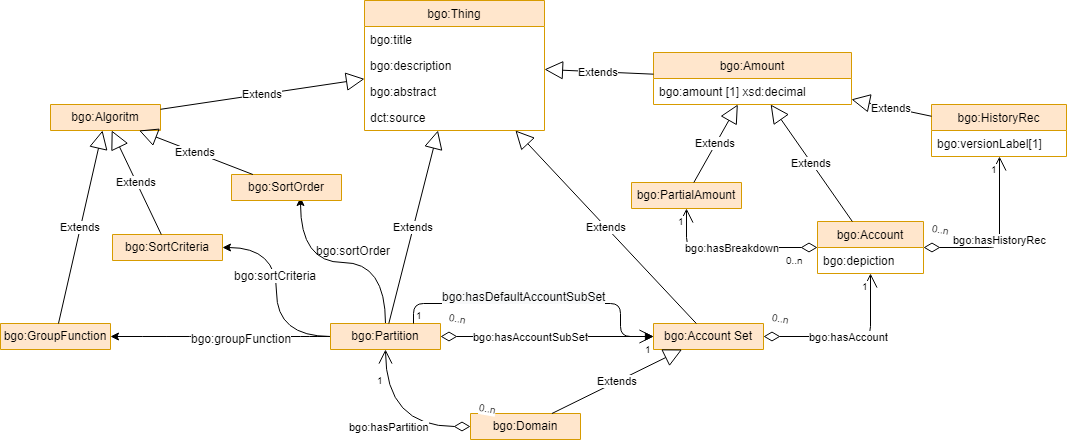
The draw.io diagram v1/bgo/doc/uml-diagram.png in linkeddatacenter/LODMAP-ontologies, before a commit. Source tidied: cells renumbered, new cells last; positions are measured from the earlier drawing's top-left corner, leaving out a move shared by most shapes.
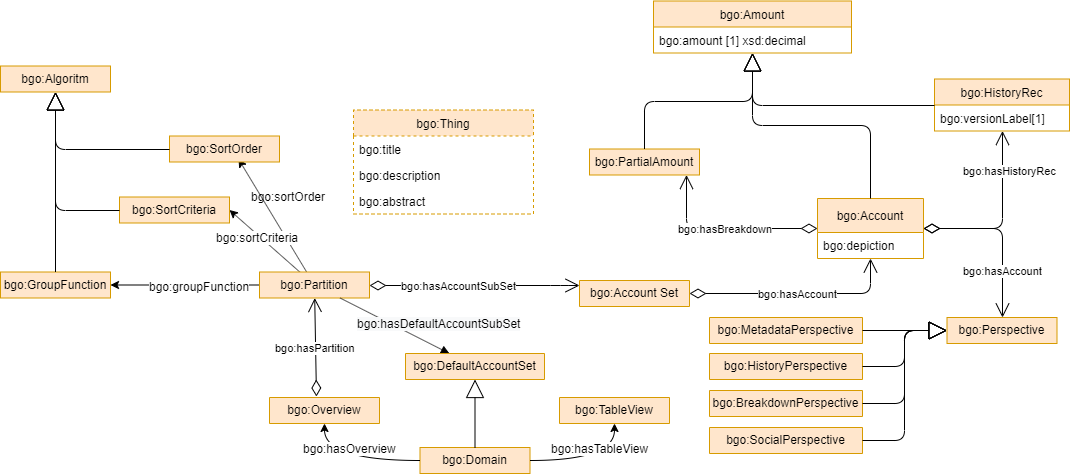
Later version of the same file.

The edit, as a diff of the source:
```diff
@@ -3,39 +3,39 @@
     <mxCell id="0" />
     <mxCell id="1" parent="0" />
     <mxCell id="2" value="bgo:Amount" style="swimlane;fontStyle=0;horizontal=1;startSize=26;fillColor=#ffe6cc;swimlaneFillColor=#ffffff;strokeColor=#d79b00;" parent="1" vertex="1">
-      <mxGeometry x="653" y="52" width="198" height="52" as="geometry" />
+      <mxGeometry x="664" y="-102.5" width="198" height="52" as="geometry" />
     </mxCell>
     <mxCell id="3" value="bgo:amount [1] xsd:decimal" style="text;strokeColor=none;fillColor=none;align=left;verticalAlign=top;spacingLeft=4;spacingRight=4;overflow=hidden;" parent="2" vertex="1">
       <mxGeometry y="26" width="198" height="26" as="geometry" />
     </mxCell>
     <mxCell id="4" value="bgo:HistoryRec" style="swimlane;fontStyle=0;horizontal=1;startSize=26;fillColor=#ffe6cc;swimlaneFillColor=#ffffff;strokeColor=#d79b00;" parent="1" vertex="1">
-      <mxGeometry x="931" y="104" width="135" height="52" as="geometry" />
+      <mxGeometry x="945" y="-24.5" width="135" height="52" as="geometry" />
     </mxCell>
     <mxCell id="5" value="bgo:versionLabel[1] " style="text;strokeColor=none;fillColor=none;align=left;verticalAlign=top;spacingLeft=4;spacingRight=4;overflow=hidden;" parent="4" vertex="1">
       <mxGeometry y="26" width="135" height="26" as="geometry" />
     </mxCell>
     <mxCell id="6" value="bgo:PartialAmount" style="swimlane;fontStyle=0;horizontal=1;startSize=26;fillColor=#ffe6cc;swimlaneFillColor=#ffffff;strokeColor=#d79b00;" parent="1" vertex="1" collapsed="1">
-      <mxGeometry x="631" y="182" width="110" height="26" as="geometry" />
+      <mxGeometry x="600" y="45.5" width="110" height="26" as="geometry" />
     </mxCell>
-    <mxCell id="7" value="Extends" style="endArrow=block;endSize=16;endFill=0;html=1;" parent="1" edge="1" source="6" target="2">
+    <mxCell id="7" style="endArrow=block;endSize=16;endFill=0;html=1;edgeStyle=orthogonalEdgeStyle;" parent="1" edge="1" source="6" target="2">
       <mxGeometry relative="1" as="geometry" />
     </mxCell>
-    <mxCell id="8" value="Extends" style="endArrow=block;endSize=16;endFill=0;html=1;" parent="1" edge="1" source="4" target="2">
+    <mxCell id="8" style="endArrow=block;endSize=16;endFill=0;html=1;edgeStyle=orthogonalEdgeStyle;" parent="1" edge="1" source="4" target="2">
       <mxGeometry relative="1" as="geometry" />
     </mxCell>
-    <mxCell id="9" value="bgo:Account" style="swimlane;fontStyle=0;horizontal=1;startSize=26;fillColor=#ffe6cc;swimlaneFillColor=#ffffff;strokeColor=#d79b00;" parent="1" vertex="1">
-      <mxGeometry x="817" y="221" width="106" height="52" as="geometry" />
+    <mxCell id="9" value="bgo:Account" style="swimlane;fontStyle=0;horizontal=1;startSize=34;fillColor=#ffe6cc;swimlaneFillColor=#ffffff;strokeColor=#d79b00;" parent="1" vertex="1">
+      <mxGeometry x="828" y="95" width="106" height="60" as="geometry" />
     </mxCell>
     <mxCell id="10" value="bgo:depiction " style="text;strokeColor=none;fillColor=none;align=left;verticalAlign=top;spacingLeft=4;spacingRight=4;overflow=hidden;" parent="9" vertex="1">
-      <mxGeometry y="26" width="106" height="26" as="geometry" />
+      <mxGeometry y="34" width="106" height="26" as="geometry" />
     </mxCell>
-    <mxCell id="11" value="Extends" style="endArrow=block;endSize=16;endFill=0;html=1;" parent="1" edge="1" source="9" target="2">
-      <mxGeometry relative="1" as="geometry" />
+    <mxCell id="11" style="endArrow=block;endSize=16;endFill=0;html=1;edgeStyle=orthogonalEdgeStyle;" parent="1" edge="1" source="9" target="2">
+      <mxGeometry x="-0.05" y="-7" relative="1" as="geometry" />
     </mxCell>
-    <mxCell id="12" value="bgo:Thing" style="swimlane;fontStyle=0;horizontal=1;startSize=26;fillColor=#ffe6cc;swimlaneFillColor=#ffffff;strokeColor=#d79b00;" parent="1" vertex="1">
-      <mxGeometry x="364" width="180" height="130" as="geometry" />
+    <mxCell id="12" value="bgo:Thing" style="swimlane;fontStyle=0;horizontal=1;startSize=26;fillColor=#ffe6cc;swimlaneFillColor=#ffffff;strokeColor=#d79b00;dashed=1;" parent="1" vertex="1">
+      <mxGeometry x="364" y="6.5" width="180" height="104" as="geometry" />
     </mxCell>
-    <mxCell id="13" value="bgo:title" style="text;strokeColor=none;fillColor=none;align=left;verticalAlign=top;spacingLeft=4;spacingRight=4;overflow=hidden;" parent="12" vertex="1">
+    <mxCell id="13" value="bgo:title" style="text;strokeColor=none;fillColor=none;align=left;verticalAlign=top;spacingLeft=4;spacingRight=4;overflow=hidden;dashed=1;" parent="12" vertex="1">
       <mxGeometry y="26" width="180" height="26" as="geometry" />
     </mxCell>
     <mxCell id="14" value="bgo:description" style="text;strokeColor=none;fillColor=none;align=left;verticalAlign=top;spacingLeft=4;spacingRight=4;overflow=hidden;" parent="12" vertex="1">
@@ -44,59 +44,53 @@
     <mxCell id="15" value="bgo:abstract " style="text;strokeColor=none;fillColor=none;align=left;verticalAlign=top;spacingLeft=4;spacingRight=4;overflow=hidden;" parent="12" vertex="1">
       <mxGeometry y="78" width="180" height="26" as="geometry" />
     </mxCell>
-    <mxCell id="16" value="dct:source" style="text;strokeColor=none;fillColor=none;align=left;verticalAlign=top;spacingLeft=4;spacingRight=4;overflow=hidden;" parent="12" vertex="1">
-      <mxGeometry y="104" width="180" height="26" as="geometry" />
-    </mxCell>
-    <mxCell id="17" value="Extends" style="endArrow=block;endSize=16;endFill=0;html=1;" parent="1" edge="1" source="2" target="12">
-      <mxGeometry relative="1" as="geometry" />
-    </mxCell>
     <mxCell id="18" value="bgo:hasHistoryRec" style="endArrow=open;html=1;endSize=12;startArrow=diamondThin;startSize=14;startFill=0;edgeStyle=orthogonalEdgeStyle;" parent="1" edge="1" source="9" target="4">
-      <mxGeometry relative="1" as="geometry" />
+      <mxGeometry x="0.55" y="-7" relative="1" as="geometry" />
     </mxCell>
-    <mxCell id="19" value="0..n" style="html=1;align=left;verticalAlign=top;labelBackgroundColor=#ffffff;fontSize=10;rotation=10;" parent="18" vertex="1">
+    <mxCell id="19" style="html=1;align=left;verticalAlign=top;labelBackgroundColor=#ffffff;fontSize=10;rotation=10;" parent="18" vertex="1">
       <mxGeometry x="-1" relative="1" as="geometry">
         <mxPoint x="8" y="-32" as="offset" />
       </mxGeometry>
     </mxCell>
-    <mxCell id="20" value="1" style="html=1;align=right;verticalAlign=top;labelBackgroundColor=#ffffff;fontSize=10;" parent="18" vertex="1">
+    <mxCell id="20" style="html=1;align=right;verticalAlign=top;labelBackgroundColor=#ffffff;fontSize=10;" parent="18" vertex="1">
       <mxGeometry x="1" relative="1" as="geometry" />
     </mxCell>
     <mxCell id="21" value="bgo:hasBreakdown" style="endArrow=open;html=1;endSize=12;startArrow=diamondThin;startSize=14;startFill=0;edgeStyle=orthogonalEdgeStyle;" parent="1" edge="1" source="9" target="6">
       <mxGeometry relative="1" as="geometry">
         <Array as="points">
-          <mxPoint x="686" y="247" />
+          <mxPoint x="697" y="125" />
         </Array>
       </mxGeometry>
     </mxCell>
-    <mxCell id="22" value="0..n" style="html=1;align=left;verticalAlign=top;labelBackgroundColor=#ffffff;fontSize=10;" parent="21" vertex="1">
+    <mxCell id="22" style="html=1;align=left;verticalAlign=top;labelBackgroundColor=#ffffff;fontSize=10;" parent="21" vertex="1">
       <mxGeometry x="-1" relative="1" as="geometry">
         <mxPoint x="-34" as="offset" />
       </mxGeometry>
     </mxCell>
-    <mxCell id="23" value="1" style="html=1;align=right;verticalAlign=top;labelBackgroundColor=#ffffff;fontSize=10;" parent="21" vertex="1">
+    <mxCell id="23" style="html=1;align=right;verticalAlign=top;labelBackgroundColor=#ffffff;fontSize=10;" parent="21" vertex="1">
       <mxGeometry x="1" relative="1" as="geometry" />
     </mxCell>
     <mxCell id="24" value="bgo:Domain" style="swimlane;fontStyle=0;horizontal=1;startSize=26;fillColor=#ffe6cc;swimlaneFillColor=#ffffff;strokeColor=#d79b00;" parent="1" vertex="1" collapsed="1">
-      <mxGeometry x="470" y="413" width="110" height="26" as="geometry" />
+      <mxGeometry x="430.5" y="344" width="110" height="26" as="geometry" />
     </mxCell>
     <mxCell id="25" value="bgo:Account Set" style="swimlane;fontStyle=0;horizontal=1;startSize=26;fillColor=#ffe6cc;swimlaneFillColor=#ffffff;strokeColor=#d79b00;" parent="1" vertex="1" collapsed="1">
-      <mxGeometry x="653" y="323" width="110" height="26" as="geometry" />
+      <mxGeometry x="590" y="177" width="110" height="26" as="geometry" />
     </mxCell>
     <mxCell id="26" value="bgo:hasAccount" style="endArrow=open;html=1;endSize=12;startArrow=diamondThin;startSize=14;startFill=0;edgeStyle=orthogonalEdgeStyle;" parent="1" edge="1" source="25" target="9">
       <mxGeometry relative="1" as="geometry" />
     </mxCell>
-    <mxCell id="27" value="0..n" style="html=1;align=left;verticalAlign=top;labelBackgroundColor=#ffffff;fontSize=10;rotation=10;" parent="26" vertex="1">
+    <mxCell id="27" style="html=1;align=left;verticalAlign=top;labelBackgroundColor=#ffffff;fontSize=10;rotation=10;" parent="26" vertex="1">
       <mxGeometry x="-1" relative="1" as="geometry">
         <mxPoint x="8" y="-32" as="offset" />
       </mxGeometry>
     </mxCell>
-    <mxCell id="28" value="1" style="html=1;align=right;verticalAlign=top;labelBackgroundColor=#ffffff;fontSize=10;" parent="26" vertex="1">
+    <mxCell id="28" style="html=1;align=right;verticalAlign=top;labelBackgroundColor=#ffffff;fontSize=10;" parent="26" vertex="1">
       <mxGeometry x="1" relative="1" as="geometry" />
     </mxCell>
-    <mxCell id="29" style="edgeStyle=orthogonalEdgeStyle;curved=1;rounded=0;jettySize=auto;html=1;entryX=0.627;entryY=0.885;entryDx=0;entryDy=0;entryPerimeter=0;" parent="1" edge="1" source="34" target="48">
+    <mxCell id="29" style="rounded=0;jettySize=auto;html=1;entryX=0.627;entryY=0.885;entryDx=0;entryDy=0;entryPerimeter=0;" parent="1" edge="1" source="34" target="48">
       <mxGeometry relative="1" as="geometry" />
     </mxCell>
-    <mxCell id="30" style="edgeStyle=orthogonalEdgeStyle;curved=1;rounded=0;jettySize=auto;html=1;entryX=1;entryY=0.5;entryDx=0;entryDy=0;" parent="1" edge="1" source="34" target="47">
+    <mxCell id="30" style="rounded=0;jettySize=auto;html=1;entryX=1;entryY=0.5;entryDx=0;entryDy=0;" parent="1" edge="1" source="34" target="47">
       <mxGeometry relative="1" as="geometry" />
     </mxCell>
     <mxCell id="31" value="bgo:sortCriteria" style="text;html=1;align=center;verticalAlign=middle;labelBackgroundColor=#ffffff;" parent="30" vertex="1">
@@ -109,85 +103,132 @@
       <mxGeometry x="-0.18" y="1" relative="1" as="geometry" />
     </mxCell>
     <mxCell id="34" value="bgo:Partition" style="swimlane;fontStyle=0;horizontal=1;startSize=26;fillColor=#ffe6cc;swimlaneFillColor=#ffffff;strokeColor=#d79b00;" parent="1" vertex="1" collapsed="1">
-      <mxGeometry x="330" y="323" width="110" height="26" as="geometry" />
+      <mxGeometry x="270" y="168.5" width="110" height="26" as="geometry" />
     </mxCell>
-    <mxCell id="35" value="Extends" style="endArrow=block;endSize=16;endFill=0;html=1;" parent="1" edge="1" source="24" target="25">
+    <mxCell id="35" style="endArrow=block;endSize=16;endFill=0;html=1;" parent="1" edge="1" source="24" target="55">
       <mxGeometry relative="1" as="geometry" />
     </mxCell>
     <mxCell id="36" value="bgo:hasAccountSubSet" style="endArrow=open;html=1;endSize=12;startArrow=diamondThin;startSize=14;startFill=0;edgeStyle=orthogonalEdgeStyle;" parent="1" edge="1" source="34" target="25">
       <mxGeometry x="-0.16" relative="1" as="geometry">
         <Array as="points">
-          <mxPoint x="560" y="336" />
-          <mxPoint x="560" y="336" />
+          <mxPoint x="571" y="181.5" />
+          <mxPoint x="571" y="181.5" />
         </Array>
       </mxGeometry>
     </mxCell>
-    <mxCell id="37" value="0..n" style="html=1;align=left;verticalAlign=top;labelBackgroundColor=#ffffff;fontSize=10;rotation=10;" parent="36" vertex="1">
+    <mxCell id="37" style="html=1;align=left;verticalAlign=top;labelBackgroundColor=#ffffff;fontSize=10;rotation=10;" parent="36" vertex="1">
       <mxGeometry x="-1" relative="1" as="geometry">
         <mxPoint x="8" y="-32" as="offset" />
       </mxGeometry>
     </mxCell>
-    <mxCell id="38" value="1" style="html=1;align=right;verticalAlign=top;labelBackgroundColor=#ffffff;fontSize=10;" parent="36" vertex="1">
+    <mxCell id="38" style="html=1;align=right;verticalAlign=top;labelBackgroundColor=#ffffff;fontSize=10;" parent="36" vertex="1">
       <mxGeometry x="1" relative="1" as="geometry" />
     </mxCell>
-    <mxCell id="39" value="bgo:hasPartition" style="endArrow=open;html=1;endSize=12;startArrow=diamondThin;startSize=14;startFill=0;edgeStyle=orthogonalEdgeStyle;curved=1;" parent="1" edge="1" source="24" target="34">
+    <mxCell id="39" value="bgo:hasPartition" style="endArrow=open;html=1;endSize=12;startArrow=diamondThin;startSize=14;startFill=0;exitX=0.427;exitY=-0.038;exitDx=0;exitDy=0;exitPerimeter=0;" parent="1" edge="1" source="56" target="34">
       <mxGeometry relative="1" as="geometry" />
     </mxCell>
-    <mxCell id="40" value="0..n" style="html=1;align=left;verticalAlign=top;labelBackgroundColor=#ffffff;fontSize=10;rotation=10;" parent="39" vertex="1">
+    <mxCell id="40" style="html=1;align=left;verticalAlign=top;labelBackgroundColor=#ffffff;fontSize=10;rotation=10;" parent="39" vertex="1">
       <mxGeometry x="-1" relative="1" as="geometry">
         <mxPoint x="8" y="-32" as="offset" />
       </mxGeometry>
     </mxCell>
-    <mxCell id="41" value="1" style="html=1;align=right;verticalAlign=top;labelBackgroundColor=#ffffff;fontSize=10;" parent="39" vertex="1">
+    <mxCell id="41" style="html=1;align=right;verticalAlign=top;labelBackgroundColor=#ffffff;fontSize=10;" parent="39" vertex="1">
       <mxGeometry x="1" relative="1" as="geometry">
         <mxPoint y="18" as="offset" />
       </mxGeometry>
     </mxCell>
-    <mxCell id="42" value="Extends" style="endArrow=block;endSize=16;endFill=0;html=1;" parent="1" edge="1" source="25" target="12">
-      <mxGeometry relative="1" as="geometry" />
-    </mxCell>
-    <mxCell id="43" value="Extends" style="endArrow=block;endSize=16;endFill=0;html=1;" parent="1" edge="1" source="34" target="12">
-      <mxGeometry relative="1" as="geometry" />
-    </mxCell>
-    <mxCell id="44" value="&lt;span style=&quot;font-size: 12px ; background-color: rgb(248 , 249 , 250)&quot;&gt;bgo:hasDefaultAccountSubSet&lt;/span&gt;" style="endArrow=block;endFill=1;html=1;edgeStyle=orthogonalEdgeStyle;align=left;verticalAlign=top;exitX=0.75;exitY=0;exitDx=0;exitDy=0;" parent="1" edge="1" source="34" target="25">
-      <mxGeometry x="-0.86" y="-34" relative="1" as="geometry">
-        <Array as="points">
-          <mxPoint x="413" y="303" />
-          <mxPoint x="620" y="303" />
-          <mxPoint x="620" y="336" />
-        </Array>
-        <mxPoint x="27" y="-54" as="offset" />
-      </mxGeometry>
+    <mxCell id="44" value="&lt;span style=&quot;font-size: 12px ; background-color: rgb(248 , 249 , 250)&quot;&gt;bgo:hasDefaultAccountSubSet&lt;/span&gt;" style="endArrow=block;endFill=1;html=1;align=left;verticalAlign=top;" parent="1" edge="1" source="34" target="55">
+      <mxGeometry x="-0.7" y="-4" relative="1" as="geometry" />
     </mxCell>
-    <mxCell id="45" value="1" style="html=1;align=left;verticalAlign=bottom;labelBackgroundColor=#ffffff;fontSize=10;" parent="44" vertex="1">
+    <mxCell id="45" style="html=1;align=left;verticalAlign=bottom;labelBackgroundColor=#ffffff;fontSize=10;" parent="44" vertex="1">
       <mxGeometry x="-1" relative="1" as="geometry" />
     </mxCell>
     <mxCell id="46" value="bgo:GroupFunction" style="swimlane;fontStyle=0;horizontal=1;startSize=26;fillColor=#ffe6cc;swimlaneFillColor=#ffffff;strokeColor=#d79b00;" parent="1" vertex="1" collapsed="1">
-      <mxGeometry y="323" width="110" height="26" as="geometry" />
+      <mxGeometry x="11" y="168.5" width="110" height="26" as="geometry" />
     </mxCell>
     <mxCell id="47" value="bgo:SortCriteria" style="swimlane;fontStyle=0;horizontal=1;startSize=26;fillColor=#ffe6cc;swimlaneFillColor=#ffffff;strokeColor=#d79b00;" parent="1" vertex="1" collapsed="1">
-      <mxGeometry x="112" y="234" width="110" height="26" as="geometry" />
+      <mxGeometry x="130" y="93.5" width="110" height="26" as="geometry" />
     </mxCell>
     <mxCell id="48" value="bgo:SortOrder" style="swimlane;fontStyle=0;horizontal=1;startSize=26;fillColor=#ffe6cc;swimlaneFillColor=#ffffff;strokeColor=#d79b00;" parent="1" vertex="1" collapsed="1">
-      <mxGeometry x="231" y="174" width="110" height="26" as="geometry" />
+      <mxGeometry x="180" y="32.5" width="110" height="26" as="geometry" />
     </mxCell>
     <mxCell id="49" value="bgo:Algoritm" style="swimlane;fontStyle=0;horizontal=1;startSize=26;fillColor=#ffe6cc;swimlaneFillColor=#ffffff;strokeColor=#d79b00;" parent="1" vertex="1" collapsed="1">
-      <mxGeometry x="50" y="104" width="110" height="26" as="geometry" />
+      <mxGeometry x="11" y="-37.5" width="110" height="26" as="geometry" />
     </mxCell>
-    <mxCell id="50" value="Extends" style="endArrow=block;endSize=16;endFill=0;html=1;" parent="1" edge="1" source="46" target="49">
+    <mxCell id="50" style="endArrow=block;endSize=16;endFill=0;html=1;edgeStyle=orthogonalEdgeStyle;" parent="1" edge="1" source="46" target="49">
       <mxGeometry relative="1" as="geometry" />
     </mxCell>
-    <mxCell id="51" value="Extends" style="endArrow=block;endSize=16;endFill=0;html=1;" parent="1" edge="1" source="47" target="49">
+    <mxCell id="51" style="endArrow=block;endSize=16;endFill=0;html=1;edgeStyle=orthogonalEdgeStyle;" parent="1" edge="1" source="47" target="49">
       <mxGeometry relative="1" as="geometry" />
     </mxCell>
-    <mxCell id="52" value="Extends" style="endArrow=block;endSize=16;endFill=0;html=1;" parent="1" edge="1" source="48" target="49">
+    <mxCell id="52" style="endArrow=block;endSize=16;endFill=0;html=1;edgeStyle=orthogonalEdgeStyle;" parent="1" edge="1" source="48" target="49">
       <mxGeometry relative="1" as="geometry" />
     </mxCell>
-    <mxCell id="53" value="Extends" style="endArrow=block;endSize=16;endFill=0;html=1;" parent="1" edge="1" source="49" target="12">
-      <mxGeometry relative="1" as="geometry" />
-    </mxCell>
     <mxCell id="54" value="bgo:sortOrder" style="text;html=1;align=left;verticalAlign=top;spacingTop=-4;" parent="1" vertex="1">
-      <mxGeometry x="314" y="241" width="90" height="20" as="geometry" />
+      <mxGeometry x="260" y="83.5" width="90" height="20" as="geometry" />
     </mxCell>
+    <mxCell id="55" value="bgo:DefaultAccountSet" style="swimlane;fontStyle=0;horizontal=1;startSize=26;fillColor=#ffe6cc;swimlaneFillColor=#ffffff;strokeColor=#d79b00;" parent="1" vertex="1" collapsed="1">
+      <mxGeometry x="416" y="250" width="139" height="26" as="geometry" />
+    </mxCell>
+    <mxCell id="56" value="bgo:Overview" style="swimlane;fontStyle=0;horizontal=1;startSize=26;fillColor=#ffe6cc;swimlaneFillColor=#ffffff;strokeColor=#d79b00;" parent="1" vertex="1" collapsed="1">
+      <mxGeometry x="280" y="294" width="110" height="26" as="geometry" />
+    </mxCell>
+    <mxCell id="57" style="edgeStyle=orthogonalEdgeStyle;curved=1;rounded=0;jettySize=auto;html=1;" parent="1" edge="1" source="24" target="56">
+      <mxGeometry relative="1" as="geometry" />
+    </mxCell>
+    <mxCell id="58" value="bgo:hasOverview" style="text;html=1;align=center;verticalAlign=middle;labelBackgroundColor=#ffffff;" parent="57" vertex="1">
+      <mxGeometry x="0.18" y="2" relative="1" as="geometry">
+        <mxPoint x="7.5" y="-15" as="offset" />
+      </mxGeometry>
+    </mxCell>
+    <mxCell id="59" value="bgo:TableView" style="swimlane;fontStyle=0;horizontal=1;startSize=26;fillColor=#ffe6cc;swimlaneFillColor=#ffffff;strokeColor=#d79b00;" parent="1" vertex="1" collapsed="1">
+      <mxGeometry x="570" y="294" width="110" height="26" as="geometry" />
+    </mxCell>
+    <mxCell id="60" style="edgeStyle=orthogonalEdgeStyle;curved=1;rounded=0;jettySize=auto;html=1;" parent="1" edge="1" source="24" target="59">
+      <mxGeometry relative="1" as="geometry" />
+    </mxCell>
+    <mxCell id="61" value="bgo:hasTableView" style="text;html=1;align=center;verticalAlign=middle;labelBackgroundColor=#ffffff;" parent="60" vertex="1">
+      <mxGeometry x="0.18" y="2" relative="1" as="geometry">
+        <mxPoint x="-2.5" y="-11" as="offset" />
+      </mxGeometry>
+    </mxCell>
+    <mxCell id="62" value="bgo:Perspective" style="swimlane;fontStyle=0;horizontal=1;startSize=26;fillColor=#ffe6cc;swimlaneFillColor=#ffffff;strokeColor=#d79b00;" parent="1" vertex="1" collapsed="1">
+      <mxGeometry x="957.5" y="214" width="110" height="26" as="geometry" />
+    </mxCell>
+    <mxCell id="63" value="bgo:hasAccount" style="endArrow=open;html=1;endSize=12;startArrow=diamondThin;startSize=14;startFill=0;edgeStyle=orthogonalEdgeStyle;" parent="1" edge="1" source="9" target="62">
+      <mxGeometry x="0.44" relative="1" as="geometry" />
+    </mxCell>
+    <mxCell id="64" style="html=1;align=left;verticalAlign=top;labelBackgroundColor=#ffffff;fontSize=10;rotation=10;" parent="63" vertex="1">
+      <mxGeometry x="-1" relative="1" as="geometry">
+        <mxPoint x="8" y="-32" as="offset" />
+      </mxGeometry>
+    </mxCell>
+    <mxCell id="65" style="html=1;align=right;verticalAlign=top;labelBackgroundColor=#ffffff;fontSize=10;" parent="63" vertex="1">
+      <mxGeometry x="1" relative="1" as="geometry" />
+    </mxCell>
+    <mxCell id="66" value="bgo:MetadataPerspective" style="swimlane;fontStyle=0;horizontal=1;startSize=26;fillColor=#ffe6cc;swimlaneFillColor=#ffffff;strokeColor=#d79b00;" parent="1" vertex="1" collapsed="1">
+      <mxGeometry x="720" y="214" width="153" height="26" as="geometry" />
+    </mxCell>
+    <mxCell id="67" value="bgo:HistoryPerspective" style="swimlane;fontStyle=0;horizontal=1;startSize=26;fillColor=#ffe6cc;swimlaneFillColor=#ffffff;strokeColor=#d79b00;" parent="1" vertex="1" collapsed="1">
+      <mxGeometry x="720" y="250" width="153" height="26" as="geometry" />
+    </mxCell>
+    <mxCell id="68" value="bgo:BreakdownPerspective" style="swimlane;fontStyle=0;horizontal=1;startSize=26;fillColor=#ffe6cc;swimlaneFillColor=#ffffff;strokeColor=#d79b00;" parent="1" vertex="1" collapsed="1">
+      <mxGeometry x="720" y="287" width="153" height="26" as="geometry" />
+    </mxCell>
+    <mxCell id="69" value="bgo:SocialPerspective" style="swimlane;fontStyle=0;horizontal=1;startSize=26;fillColor=#ffe6cc;swimlaneFillColor=#ffffff;strokeColor=#d79b00;" parent="1" vertex="1" collapsed="1">
+      <mxGeometry x="720" y="324" width="153" height="26" as="geometry" />
+    </mxCell>
+    <mxCell id="70" style="endArrow=block;endSize=16;endFill=0;html=1;edgeStyle=orthogonalEdgeStyle;" parent="1" edge="1" source="66" target="62">
+      <mxGeometry relative="1" as="geometry" />
+    </mxCell>
+    <mxCell id="71" style="endArrow=block;endSize=16;endFill=0;html=1;edgeStyle=elbowEdgeStyle;" parent="1" edge="1" source="67" target="62">
+      <mxGeometry relative="1" as="geometry" />
+    </mxCell>
+    <mxCell id="72" style="endArrow=block;endSize=16;endFill=0;html=1;edgeStyle=elbowEdgeStyle;" parent="1" edge="1" source="68" target="62">
+      <mxGeometry relative="1" as="geometry" />
+    </mxCell>
+    <mxCell id="73" style="endArrow=block;endSize=16;endFill=0;html=1;edgeStyle=elbowEdgeStyle;" parent="1" edge="1" source="69" target="62">
+      <mxGeometry relative="1" as="geometry" />
+    </mxCell>
   </root>
 </mxGraphModel>
```
